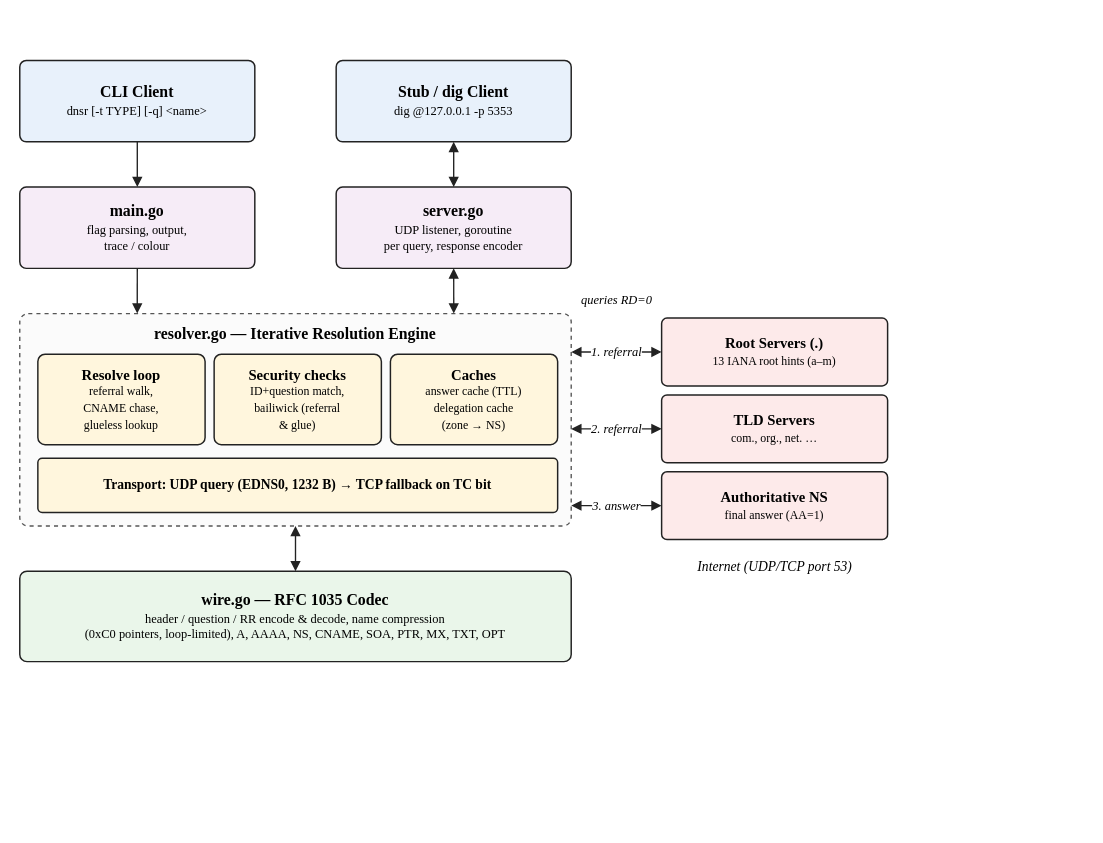
Above: page "System Architecture" (1 of 13) of diagrams/dnsr-report-diagrams.drawio in swayam5342/dnsr (draw.io), before the change. Source tidied: cells renumbered, new cells numbered last; positions are measured from the earlier drawing's top-left corner, leaving out a move shared by most shapes. Both pictures are drawn from the tidied source at 113%, with x=0, y=0 at pixel (19, 60).
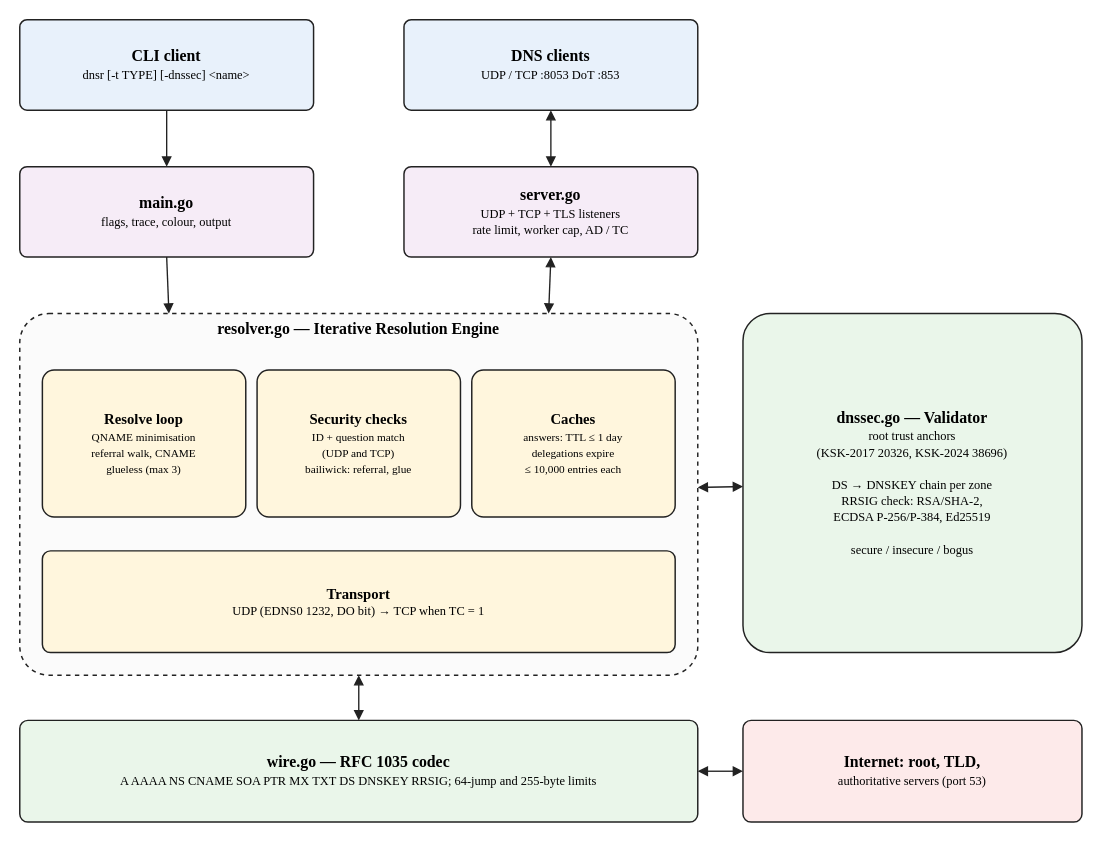
The same diagram, later.

Diff of the diagram source:
```diff
@@
-    <mxCell id="2" value="&lt;b style=&quot;font-size:14px&quot;&gt;CLI Client&lt;/b&gt;&lt;br&gt;&lt;span style=&quot;font-size:11px&quot;&gt;dnsr [-t TYPE] [-q] &amp;lt;name&amp;gt;&lt;/span&gt;" style="rounded=1;arcSize=8;whiteSpace=wrap;html=1;strokeColor=#222222;strokeWidth=1.3;fontFamily=Times New Roman;fillColor=#e8f1fb;" parent="1" vertex="1">
-      <mxGeometry width="208" height="72" as="geometry" />
-    </mxCell>
-    <mxCell id="3" value="&lt;b style=&quot;font-size:14px&quot;&gt;Stub / dig Client&lt;/b&gt;&lt;br&gt;&lt;span style=&quot;font-size:11px&quot;&gt;dig @127.0.0.1 -p 5353&lt;/span&gt;" style="rounded=1;arcSize=8;whiteSpace=wrap;html=1;strokeColor=#222222;strokeWidth=1.3;fontFamily=Times New Roman;fillColor=#e8f1fb;" parent="1" vertex="1">
-      <mxGeometry x="280" width="208" height="72" as="geometry" />
-    </mxCell>
-    <mxCell id="4" value="&lt;b style=&quot;font-size:14px&quot;&gt;main.go&lt;/b&gt;&lt;br&gt;&lt;span style=&quot;font-size:11px&quot;&gt;flag parsing, output,&lt;br&gt;trace / colour&lt;/span&gt;" style="rounded=1;arcSize=8;whiteSpace=wrap;html=1;strokeColor=#222222;strokeWidth=1.3;fontFamily=Times New Roman;fillColor=#f6ecf7;" parent="1" vertex="1">
-      <mxGeometry y="112" width="208" height="72" as="geometry" />
-    </mxCell>
-    <mxCell id="5" value="&lt;b style=&quot;font-size:14px&quot;&gt;server.go&lt;/b&gt;&lt;br&gt;&lt;span style=&quot;font-size:11px&quot;&gt;UDP listener, goroutine&lt;br&gt;per query, response encoder&lt;/span&gt;" style="rounded=1;arcSize=8;whiteSpace=wrap;html=1;strokeColor=#222222;strokeWidth=1.3;fontFamily=Times New Roman;fillColor=#f6ecf7;" parent="1" vertex="1">
-      <mxGeometry x="280" y="112" width="208" height="72" as="geometry" />
-    </mxCell>
+    <mxCell id="25" value="&lt;b style=&quot;font-size:14px&quot;&gt;CLI client&lt;/b&gt;&lt;br&gt;&lt;span style=&quot;font-size:11px&quot;&gt;dnsr [-t TYPE] [-dnssec] &amp;lt;name&amp;gt;&lt;/span&gt;" style="rounded=1;arcSize=8;whiteSpace=wrap;html=1;strokeColor=#222222;strokeWidth=1.3;fontFamily=Times New Roman;fillColor=#e8f1fb;" parent="1" vertex="1">
+      <mxGeometry y="-36" width="260" height="80" as="geometry" />
+    </mxCell>
+    <mxCell id="26" value="&lt;b style=&quot;font-size:14px&quot;&gt;DNS clients&lt;/b&gt;&lt;br&gt;&lt;span style=&quot;font-size:11px&quot;&gt;UDP / TCP :8053   DoT :853&lt;/span&gt;" style="rounded=1;arcSize=8;whiteSpace=wrap;html=1;strokeColor=#222222;strokeWidth=1.3;fontFamily=Times New Roman;fillColor=#e8f1fb;" parent="1" vertex="1">
+      <mxGeometry x="340" y="-36" width="260" height="80" as="geometry" />
+    </mxCell>
+    <mxCell id="27" value="&lt;b style=&quot;font-size:14px&quot;&gt;main.go&lt;/b&gt;&lt;br&gt;&lt;span style=&quot;font-size:11px&quot;&gt;flags, trace, colour, output&lt;/span&gt;" style="rounded=1;arcSize=8;whiteSpace=wrap;html=1;strokeColor=#222222;strokeWidth=1.3;fontFamily=Times New Roman;fillColor=#f6ecf7;" parent="1" vertex="1">
+      <mxGeometry y="94" width="260" height="80" as="geometry" />
+    </mxCell>
+    <mxCell id="28" value="&lt;b style=&quot;font-size:14px&quot;&gt;server.go&lt;/b&gt;&lt;br&gt;&lt;span style=&quot;font-size:11px&quot;&gt;UDP + TCP + TLS listeners&lt;br&gt;rate limit, worker cap, AD / TC&lt;/span&gt;" style="rounded=1;arcSize=8;whiteSpace=wrap;html=1;strokeColor=#222222;strokeWidth=1.3;fontFamily=Times New Roman;fillColor=#f6ecf7;" parent="1" vertex="1">
+      <mxGeometry x="340" y="94" width="260" height="80" as="geometry" />
+    </mxCell>
-    <mxCell id="6" value="&lt;b style=&quot;font-size:14px&quot;&gt;resolver.go — Iterative Resolution Engine&lt;/b&gt;" style="rounded=1;arcSize=4;whiteSpace=wrap;html=1;dashed=1;strokeColor=#555555;strokeWidth=1.2;fillColor=#fbfbfb;verticalAlign=top;spacingTop=4;fontFamily=Times New Roman;" parent="1" vertex="1">
-      <mxGeometry y="224" width="488" height="188" as="geometry" />
+    <mxCell id="6" value="&lt;b style=&quot;font-size:14px&quot;&gt;resolver.go — Iterative Resolution Engine&lt;/b&gt;" style="rounded=1;arcSize=8;whiteSpace=wrap;verticalAlign=top;html=1;strokeColor=#222222;strokeWidth=1.3;fontFamily=Times New Roman;fillColor=#fbfbfb;dashed=1;" parent="1" vertex="1">
+      <mxGeometry y="224" width="600" height="320" as="geometry" />
     </mxCell>
-    <mxCell id="7" value="&lt;b style=&quot;font-size:13px&quot;&gt;Resolve loop&lt;/b&gt;&lt;br&gt;&lt;span style=&quot;font-size:10.5px&quot;&gt;referral walk,&lt;br&gt;CNAME chase,&lt;br&gt;glueless lookup&lt;/span&gt;" style="rounded=1;arcSize=8;whiteSpace=wrap;html=1;strokeColor=#222222;strokeWidth=1.3;fontFamily=Times New Roman;fillColor=#fff6dd;" parent="6" vertex="1">
-      <mxGeometry x="16" y="36" width="148" height="80" as="geometry" />
-    </mxCell>
-    <mxCell id="8" value="&lt;b style=&quot;font-size:13px&quot;&gt;Security checks&lt;/b&gt;&lt;br&gt;&lt;span style=&quot;font-size:10.5px&quot;&gt;ID+question match,&lt;br&gt;bailiwick (referral&lt;br&gt;&amp;amp; glue)&lt;/span&gt;" style="rounded=1;arcSize=8;whiteSpace=wrap;html=1;strokeColor=#222222;strokeWidth=1.3;fontFamily=Times New Roman;fillColor=#fff6dd;" parent="6" vertex="1">
-      <mxGeometry x="172" y="36" width="148" height="80" as="geometry" />
-    </mxCell>
-    <mxCell id="9" value="&lt;b style=&quot;font-size:13px&quot;&gt;Caches&lt;/b&gt;&lt;br&gt;&lt;span style=&quot;font-size:10.5px&quot;&gt;answer cache (TTL)&lt;br&gt;delegation cache&lt;br&gt;(zone → NS)&lt;/span&gt;" style="rounded=1;arcSize=8;whiteSpace=wrap;html=1;strokeColor=#222222;strokeWidth=1.3;fontFamily=Times New Roman;fillColor=#fff6dd;" parent="6" vertex="1">
-      <mxGeometry x="328" y="36" width="148" height="80" as="geometry" />
-    </mxCell>
-    <mxCell id="10" value="&lt;b style=&quot;font-size:12px&quot;&gt;Transport: UDP query (EDNS0, 1232 B)  →  TCP fallback on TC bit&lt;/b&gt;" style="rounded=1;arcSize=8;whiteSpace=wrap;html=1;strokeColor=#222222;strokeWidth=1.3;fontFamily=Times New Roman;fillColor=#fff6dd;" parent="6" vertex="1">
-      <mxGeometry x="16" y="128" width="460" height="48" as="geometry" />
-    </mxCell>
-    <mxCell id="11" value="&lt;b style=&quot;font-size:14px&quot;&gt;wire.go — RFC 1035 Codec&lt;/b&gt;&lt;br&gt;&lt;span style=&quot;font-size:11px&quot;&gt;header / question / RR encode &amp;amp; decode, name compression&lt;br&gt;(0xC0 pointers, loop-limited), A, AAAA, NS, CNAME, SOA, PTR, MX, TXT, OPT&lt;/span&gt;" style="rounded=1;arcSize=8;whiteSpace=wrap;html=1;strokeColor=#222222;strokeWidth=1.3;fontFamily=Times New Roman;fillColor=#eaf6ea;" parent="1" vertex="1">
-      <mxGeometry y="452" width="488" height="80" as="geometry" />
-    </mxCell>
-    <mxCell id="12" value="&lt;b style=&quot;font-size:13px&quot;&gt;Root Servers (.)&lt;/b&gt;&lt;br&gt;&lt;span style=&quot;font-size:10.5px&quot;&gt;13 IANA root hints (a–m)&lt;/span&gt;" style="rounded=1;arcSize=8;whiteSpace=wrap;html=1;strokeColor=#222222;strokeWidth=1.3;fontFamily=Times New Roman;fillColor=#fdeaea;" parent="1" vertex="1">
-      <mxGeometry x="568" y="228" width="200" height="60" as="geometry" />
-    </mxCell>
-    <mxCell id="13" value="&lt;b style=&quot;font-size:13px&quot;&gt;TLD Servers&lt;/b&gt;&lt;br&gt;&lt;span style=&quot;font-size:10.5px&quot;&gt;com., org., net. …&lt;/span&gt;" style="rounded=1;arcSize=8;whiteSpace=wrap;html=1;strokeColor=#222222;strokeWidth=1.3;fontFamily=Times New Roman;fillColor=#fdeaea;" parent="1" vertex="1">
-      <mxGeometry x="568" y="296" width="200" height="60" as="geometry" />
-    </mxCell>
-    <mxCell id="14" value="&lt;b style=&quot;font-size:13px&quot;&gt;Authoritative NS&lt;/b&gt;&lt;br&gt;&lt;span style=&quot;font-size:10.5px&quot;&gt;final answer (AA=1)&lt;/span&gt;" style="rounded=1;arcSize=8;whiteSpace=wrap;html=1;strokeColor=#222222;strokeWidth=1.3;fontFamily=Times New Roman;fillColor=#fdeaea;" parent="1" vertex="1">
-      <mxGeometry x="568" y="364" width="200" height="60" as="geometry" />
-    </mxCell>
-    <mxCell id="15" value="Internet  (UDP/TCP port 53)" style="text;html=1;align=center;verticalAlign=middle;fontStyle=2;fontFamily=Times New Roman;fontSize=12;" parent="1" vertex="1">
-      <mxGeometry x="568" y="436" width="200" height="24" as="geometry" />
-    </mxCell>
-    <mxCell id="16" value="queries RD=0" style="text;html=1;align=center;verticalAlign=middle;fontStyle=2;fontFamily=Times New Roman;fontSize=11;" parent="1" vertex="1">
-      <mxGeometry x="488" y="200" width="80" height="24" as="geometry" />
-    </mxCell>
-    <mxCell id="17" style="endArrow=block;endFill=1;html=1;rounded=0;strokeColor=#222222;strokeWidth=1.2;fontStyle=2;fontSize=11;labelBackgroundColor=#ffffff;fontFamily=Times New Roman;" parent="1" edge="1" source="2" target="4">
-      <mxGeometry relative="1" as="geometry" />
-    </mxCell>
-    <mxCell id="18" style="endArrow=block;endFill=1;html=1;rounded=0;strokeColor=#222222;strokeWidth=1.2;fontStyle=2;fontSize=11;labelBackgroundColor=#ffffff;fontFamily=Times New Roman;startArrow=block;startFill=1;" parent="1" edge="1" source="3" target="5">
-      <mxGeometry relative="1" as="geometry" />
-    </mxCell>
-    <mxCell id="19" style="endArrow=block;endFill=1;html=1;rounded=0;strokeColor=#222222;strokeWidth=1.2;fontStyle=2;fontSize=11;labelBackgroundColor=#ffffff;fontFamily=Times New Roman;exitX=0.5;exitY=1;entryX=0.213;entryY=0;" parent="1" edge="1" source="4" target="6">
-      <mxGeometry relative="1" as="geometry" />
-    </mxCell>
-    <mxCell id="20" style="endArrow=block;endFill=1;html=1;rounded=0;strokeColor=#222222;strokeWidth=1.2;fontStyle=2;fontSize=11;labelBackgroundColor=#ffffff;fontFamily=Times New Roman;startArrow=block;startFill=1;exitX=0.5;exitY=1;entryX=0.787;entryY=0;" parent="1" edge="1" source="5" target="6">
-      <mxGeometry relative="1" as="geometry" />
-    </mxCell>
-    <mxCell id="21" style="endArrow=block;endFill=1;html=1;rounded=0;strokeColor=#222222;strokeWidth=1.2;fontStyle=2;fontSize=11;labelBackgroundColor=#ffffff;fontFamily=Times New Roman;startArrow=block;startFill=1;" parent="1" edge="1" source="6" target="11">
-      <mxGeometry relative="1" as="geometry" />
-    </mxCell>
-    <mxCell id="22" value="1. referral" style="endArrow=block;endFill=1;html=1;rounded=0;strokeColor=#222222;strokeWidth=1.2;fontStyle=2;fontSize=11;labelBackgroundColor=#ffffff;fontFamily=Times New Roman;startArrow=block;startFill=1;exitX=1;exitY=0.181;entryX=0;entryY=0.5;" parent="1" edge="1" source="6" target="12">
-      <mxGeometry relative="1" as="geometry" />
-    </mxCell>
-    <mxCell id="23" value="2. referral" style="endArrow=block;endFill=1;html=1;rounded=0;strokeColor=#222222;strokeWidth=1.2;fontStyle=2;fontSize=11;labelBackgroundColor=#ffffff;fontFamily=Times New Roman;startArrow=block;startFill=1;exitX=1;exitY=0.543;entryX=0;entryY=0.5;" parent="1" edge="1" source="6" target="13">
-      <mxGeometry relative="1" as="geometry" />
-    </mxCell>
-    <mxCell id="24" value="3. answer" style="endArrow=block;endFill=1;html=1;rounded=0;strokeColor=#222222;strokeWidth=1.2;fontStyle=2;fontSize=11;labelBackgroundColor=#ffffff;fontFamily=Times New Roman;startArrow=block;startFill=1;exitX=1;exitY=0.904;entryX=0;entryY=0.5;" parent="1" edge="1" source="6" target="14">
-      <mxGeometry relative="1" as="geometry" />
-    </mxCell>
+    <mxCell id="29" value="&lt;b style=&quot;font-size:13px&quot;&gt;Resolve loop&lt;/b&gt;&lt;br&gt;&lt;span style=&quot;font-size:10px&quot;&gt;QNAME minimisation&lt;br&gt;referral walk, CNAME&lt;br&gt;glueless (max 3)&lt;/span&gt;" style="rounded=1;arcSize=8;whiteSpace=wrap;html=1;strokeColor=#222222;strokeWidth=1.3;fontFamily=Times New Roman;fillColor=#fff6dd;" parent="1" vertex="1">
+      <mxGeometry x="20" y="274" width="180" height="130" as="geometry" />
+    </mxCell>
+    <mxCell id="30" value="&lt;b style=&quot;font-size:13px&quot;&gt;Security checks&lt;/b&gt;&lt;br&gt;&lt;span style=&quot;font-size:10px&quot;&gt;ID + question match&lt;br&gt;(UDP and TCP)&lt;br&gt;bailiwick: referral, glue&lt;/span&gt;" style="rounded=1;arcSize=8;whiteSpace=wrap;html=1;strokeColor=#222222;strokeWidth=1.3;fontFamily=Times New Roman;fillColor=#fff6dd;" parent="1" vertex="1">
+      <mxGeometry x="210" y="274" width="180" height="130" as="geometry" />
+    </mxCell>
+    <mxCell id="31" value="&lt;b style=&quot;font-size:13px&quot;&gt;Caches&lt;/b&gt;&lt;br&gt;&lt;span style=&quot;font-size:10px&quot;&gt;answers: TTL ≤ 1 day&lt;br&gt;delegations expire&lt;br&gt;≤ 10,000 entries each&lt;/span&gt;" style="rounded=1;arcSize=8;whiteSpace=wrap;html=1;strokeColor=#222222;strokeWidth=1.3;fontFamily=Times New Roman;fillColor=#fff6dd;" parent="1" vertex="1">
+      <mxGeometry x="400" y="274" width="180" height="130" as="geometry" />
+    </mxCell>
+    <mxCell id="32" value="&lt;b style=&quot;font-size:13px&quot;&gt;Transport&lt;/b&gt;&lt;br&gt;&lt;span style=&quot;font-size:11px&quot;&gt;UDP (EDNS0 1232, DO bit)  →  TCP when TC = 1&lt;/span&gt;" style="rounded=1;arcSize=8;whiteSpace=wrap;html=1;strokeColor=#222222;strokeWidth=1.3;fontFamily=Times New Roman;fillColor=#fff6dd;" parent="1" vertex="1">
+      <mxGeometry x="20" y="434" width="560" height="90" as="geometry" />
+    </mxCell>
+    <mxCell id="33" value="&lt;b style=&quot;font-size:14px&quot;&gt;dnssec.go — Validator&lt;/b&gt;&lt;br&gt;&lt;span style=&quot;font-size:11px&quot;&gt;root trust anchors&lt;br&gt;(KSK-2017 20326, KSK-2024 38696)&lt;br&gt;&lt;br&gt;DS → DNSKEY chain per zone&lt;br&gt;RRSIG check: RSA/SHA-2,&lt;br&gt;ECDSA P-256/P-384, Ed25519&lt;br&gt;&lt;br&gt;secure / insecure / bogus&lt;/span&gt;" style="rounded=1;arcSize=8;whiteSpace=wrap;html=1;strokeColor=#222222;strokeWidth=1.3;fontFamily=Times New Roman;fillColor=#eaf6ea;" parent="1" vertex="1">
+      <mxGeometry x="640" y="224" width="300" height="300" as="geometry" />
+    </mxCell>
+    <mxCell id="34" value="&lt;b style=&quot;font-size:14px&quot;&gt;wire.go — RFC 1035 codec&lt;/b&gt;&lt;br&gt;&lt;span style=&quot;font-size:11px&quot;&gt;A AAAA NS CNAME SOA PTR MX TXT DS DNSKEY RRSIG; 64-jump and 255-byte limits&lt;/span&gt;" style="rounded=1;arcSize=8;whiteSpace=wrap;html=1;strokeColor=#222222;strokeWidth=1.3;fontFamily=Times New Roman;fillColor=#eaf6ea;" parent="1" vertex="1">
+      <mxGeometry y="584" width="600" height="90" as="geometry" />
+    </mxCell>
+    <mxCell id="35" value="&lt;b style=&quot;font-size:14px&quot;&gt;Internet: root, TLD,&lt;/b&gt;&lt;br&gt;&lt;span style=&quot;font-size:11px&quot;&gt;authoritative servers (port 53)&lt;/span&gt;" style="rounded=1;arcSize=8;whiteSpace=wrap;html=1;strokeColor=#222222;strokeWidth=1.3;fontFamily=Times New Roman;fillColor=#fdeaea;" parent="1" vertex="1">
+      <mxGeometry x="640" y="584" width="300" height="90" as="geometry" />
+    </mxCell>
+    <mxCell id="36" style="endArrow=block;endFill=1;html=1;rounded=0;strokeColor=#222222;strokeWidth=1.2;fontStyle=2;fontSize=11;labelBackgroundColor=#ffffff;fontFamily=Times New Roman;" parent="1" edge="1" source="25" target="27">
+      <mxGeometry relative="1" as="geometry" />
+    </mxCell>
+    <mxCell id="37" style="endArrow=block;endFill=1;html=1;rounded=0;strokeColor=#222222;strokeWidth=1.2;fontStyle=2;fontSize=11;labelBackgroundColor=#ffffff;fontFamily=Times New Roman;startArrow=block;startFill=1;" parent="1" edge="1" source="26" target="28">
+      <mxGeometry relative="1" as="geometry" />
+    </mxCell>
+    <mxCell id="38" style="endArrow=block;endFill=1;html=1;rounded=0;strokeColor=#222222;strokeWidth=1.2;fontStyle=2;fontSize=11;labelBackgroundColor=#ffffff;fontFamily=Times New Roman;exitX=0.5;exitY=1;entryX=0.22;entryY=0;" parent="1" edge="1" source="27" target="6">
+      <mxGeometry relative="1" as="geometry" />
+    </mxCell>
+    <mxCell id="39" style="endArrow=block;endFill=1;html=1;rounded=0;strokeColor=#222222;strokeWidth=1.2;fontStyle=2;fontSize=11;labelBackgroundColor=#ffffff;fontFamily=Times New Roman;exitX=0.5;exitY=1;entryX=0.78;entryY=0;startArrow=block;startFill=1;" parent="1" edge="1" source="28" target="6">
+      <mxGeometry relative="1" as="geometry" />
+    </mxCell>
+    <mxCell id="40" style="endArrow=block;endFill=1;html=1;rounded=0;strokeColor=#222222;strokeWidth=1.2;fontStyle=2;fontSize=11;labelBackgroundColor=#ffffff;fontFamily=Times New Roman;startArrow=block;startFill=1;" parent="1" edge="1" source="6" target="33">
+      <mxGeometry relative="1" as="geometry" />
+    </mxCell>
+    <mxCell id="41" style="endArrow=block;endFill=1;html=1;rounded=0;strokeColor=#222222;strokeWidth=1.2;fontStyle=2;fontSize=11;labelBackgroundColor=#ffffff;fontFamily=Times New Roman;startArrow=block;startFill=1;" parent="1" edge="1" source="6" target="34">
+      <mxGeometry relative="1" as="geometry" />
+    </mxCell>
+    <mxCell id="42" style="endArrow=block;endFill=1;html=1;rounded=0;strokeColor=#222222;strokeWidth=1.2;fontStyle=2;fontSize=11;labelBackgroundColor=#ffffff;fontFamily=Times New Roman;startArrow=block;startFill=1;" parent="1" edge="1" source="34" target="35">
+      <mxGeometry relative="1" as="geometry" />
+    </mxCell>
```
